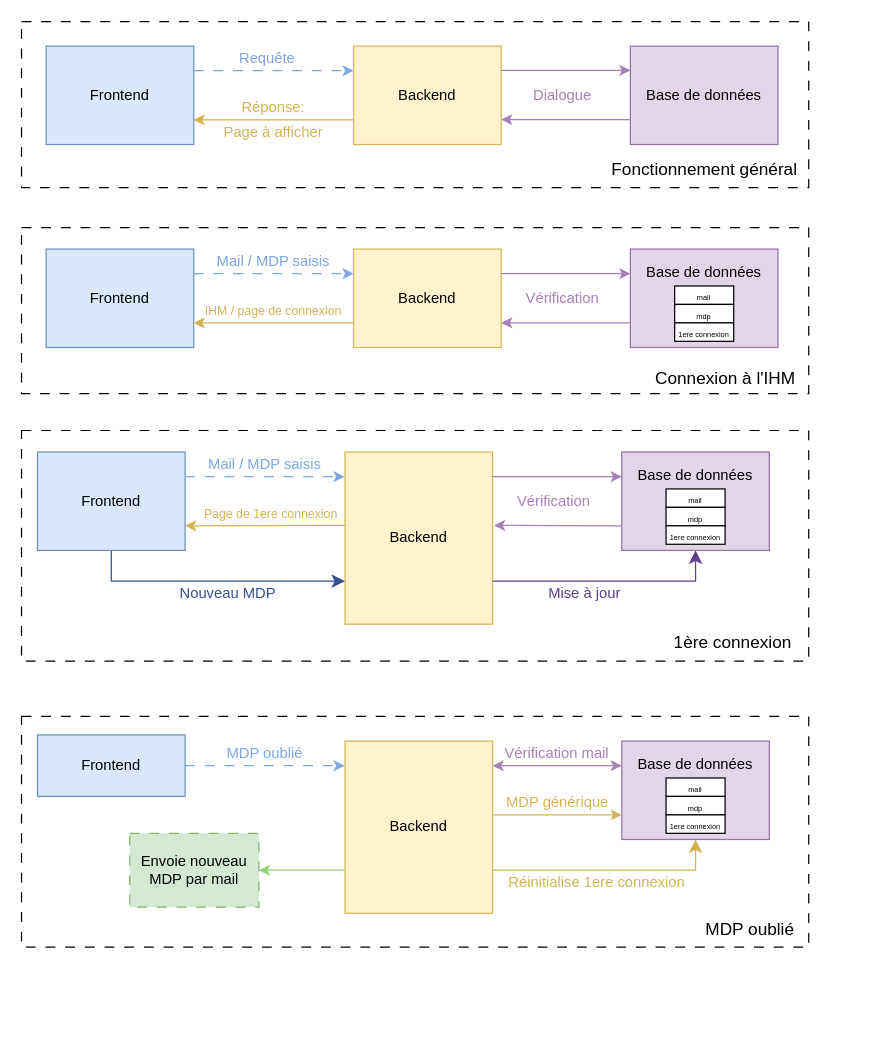
The draw.io diagram backend/schemas_backend.drawio in fetohiaras/projet-genilog-is, before the edit. Source tidied: cells renumbered, new cells numbered last; positions are measured from the earlier drawing's top-left corner, leaving out a move shared by most shapes. Both pictures are drawn from the tidied source at 123%, with x=0, y=0 at pixel (21, 21).
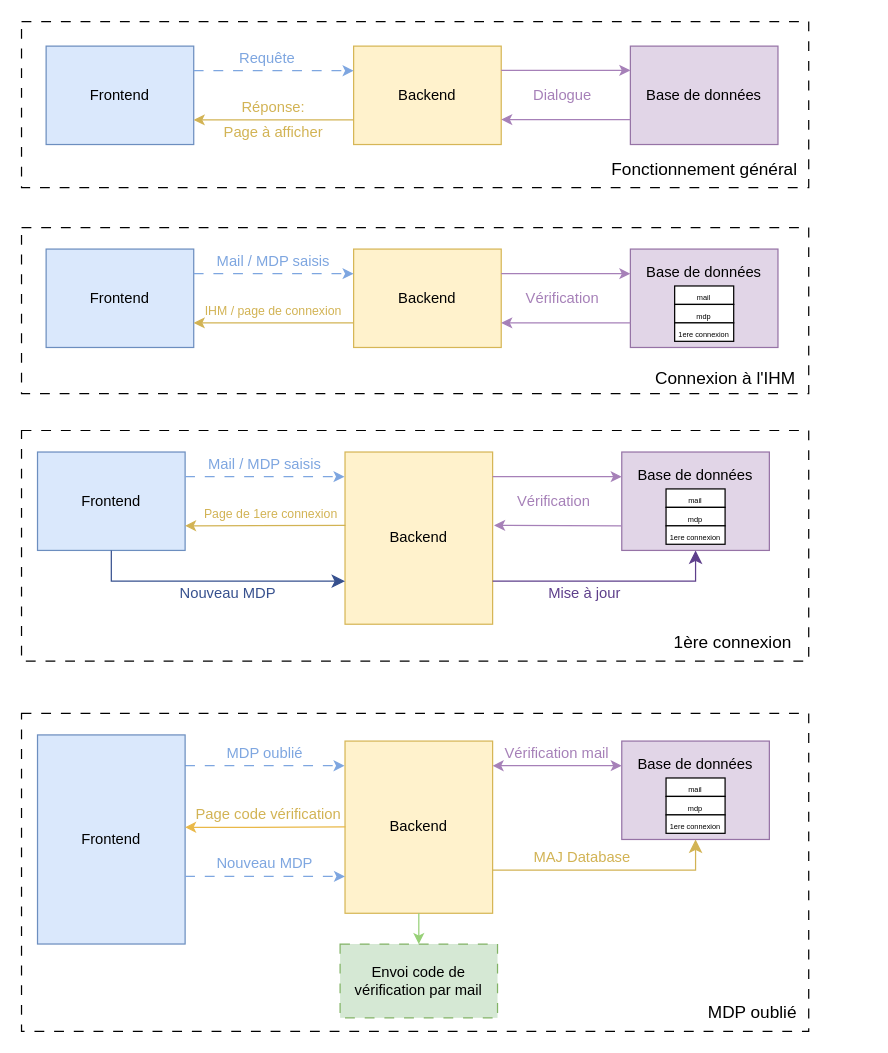
The same page after the edit.

Commit message (it also covers changes not shown here):
maj backend

The change refers to these unchanged cells:
```xml
<mxCell id="43" value="Backend" style="rounded=0;whiteSpace=wrap;html=1;fillColor=#fff2cc;strokeColor=#d6b656;" parent="1" vertex="1">
  <mxGeometry x="263" y="585" width="120" height="140" as="geometry" />
</mxCell>
<mxCell id="46" value="Base de données&lt;div&gt;&lt;br&gt;&lt;/div&gt;&lt;div&gt;&lt;br&gt;&lt;div&gt;&lt;br&gt;&lt;/div&gt;&lt;/div&gt;" style="rounded=0;whiteSpace=wrap;html=1;fillColor=#e1d5e7;strokeColor=#9673a6;" parent="1" vertex="1">
  <mxGeometry x="488" y="585" width="120" height="80" as="geometry" />
</mxCell>
```

The edit, as a diff of the source:
```diff
@@
-    <mxCell id="57" style="endArrow=classic;html=1;rounded=0;entryX=0;entryY=0.75;entryDx=0;entryDy=0;strokeColor=#D2B354;" parent="1" edge="1" target="46">
-      <mxGeometry relative="1" as="geometry">
-        <mxPoint x="383" y="645" as="sourcePoint" />
-      </mxGeometry>
-    </mxCell>
-    <mxCell id="58" value="MDP générique" style="text;html=1;align=center;verticalAlign=middle;whiteSpace=wrap;rounded=0;fontColor=#D2B354;" parent="1" vertex="1">
-      <mxGeometry x="385.5" y="620" width="100" height="30" as="geometry" />
-    </mxCell>
@@
-    <mxCell id="60" value="Réinitialise 1ere connexion" style="text;html=1;align=center;verticalAlign=middle;whiteSpace=wrap;rounded=0;fontColor=#D2B354;" parent="1" vertex="1">
-      <mxGeometry x="393" y="685" width="150" height="30" as="geometry" />
-    </mxCell>
     <mxCell id="61" value="Frontend" style="rounded=0;whiteSpace=wrap;html=1;fillColor=#dae8fc;strokeColor=#6c8ebf;" parent="1" vertex="1">
-      <mxGeometry x="13" y="580" width="120" height="50" as="geometry" />
+      <mxGeometry x="13" y="580" width="120" height="170" as="geometry" />
     </mxCell>
-    <mxCell id="62" style="endArrow=classic;html=1;rounded=0;exitX=0;exitY=0.75;exitDx=0;exitDy=0;strokeColor=#97D077;" parent="1" edge="1" source="43">
-      <mxGeometry relative="1" as="geometry">
-        <mxPoint x="193" y="690" as="targetPoint" />
-      </mxGeometry>
+    <mxCell id="62" style="endArrow=classic;html=1;rounded=0;exitX=0.5;exitY=1;exitDx=0;exitDy=0;strokeColor=#97D077;entryX=0.5;entryY=0;entryDx=0;entryDy=0;" parent="1" edge="1" source="43" target="63">
+      <mxGeometry relative="1" as="geometry" />
     </mxCell>
-    <mxCell id="63" value="Envoie nouveau MDP par mail" style="rounded=0;whiteSpace=wrap;html=1;fillColor=#d5e8d4;dashed=1;dashPattern=8 8;strokeColor=#82b366;" parent="1" vertex="1">
-      <mxGeometry x="88" y="660" width="105" height="60" as="geometry" />
+    <mxCell id="63" value="Envoi code de vérification par mail" style="rounded=0;whiteSpace=wrap;html=1;fillColor=#d5e8d4;dashed=1;dashPattern=8 8;strokeColor=#82b366;" parent="1" vertex="1">
+      <mxGeometry x="259" y="750" width="128" height="60" as="geometry" />
     </mxCell>
@@
     <mxCell id="71" style="rounded=0;whiteSpace=wrap;html=1;dashed=1;dashPattern=8 8;fillColor=none;" parent="1" vertex="1">
-      <mxGeometry y="565" width="640" height="187.5" as="geometry" />
+      <mxGeometry y="562.5" width="640" height="258.5" as="geometry" />
     </mxCell>
     <mxCell id="72" value="&lt;font style=&quot;font-size: 14px;&quot;&gt;MDP oublié&lt;/font&gt;" style="text;html=1;align=center;verticalAlign=middle;whiteSpace=wrap;rounded=0;" parent="1" vertex="1">
-      <mxGeometry x="500" y="722.5" width="185" height="30" as="geometry" />
+      <mxGeometry x="502" y="791" width="185" height="30" as="geometry" />
     </mxCell>
+    <mxCell id="73" style="endArrow=classic;html=1;rounded=0;entryX=1;entryY=0.5;entryDx=0;entryDy=0;exitX=0.003;exitY=0.569;exitDx=0;exitDy=0;exitPerimeter=0;strokeColor=#E9B848;" parent="1" edge="1">
+      <mxGeometry relative="1" as="geometry">
+        <mxPoint x="263.4" y="654.7" as="sourcePoint" />
+        <mxPoint x="133" y="655.1" as="targetPoint" />
+        <Array as="points">
+          <mxPoint x="185" y="655.1" />
+        </Array>
+      </mxGeometry>
+    </mxCell>
+    <mxCell id="74" value="Page code vérification" style="text;html=1;align=center;verticalAlign=middle;whiteSpace=wrap;rounded=0;fontColor=#D2B354;" parent="1" vertex="1">
+      <mxGeometry x="132" y="630" width="138" height="30" as="geometry" />
+    </mxCell>
+    <mxCell id="75" style="endArrow=classic;html=1;rounded=0;exitX=1;exitY=0.25;exitDx=0;exitDy=0;dashed=1;dashPattern=8 8;entryX=-0.003;entryY=0.143;entryDx=0;entryDy=0;entryPerimeter=0;strokeColor=#7EA6E0;" parent="1" edge="1">
+      <mxGeometry relative="1" as="geometry">
+        <mxPoint x="133" y="695" as="sourcePoint" />
+        <mxPoint x="263" y="695" as="targetPoint" />
+      </mxGeometry>
+    </mxCell>
+    <mxCell id="76" value="Nouveau MDP" style="text;html=1;align=center;verticalAlign=middle;whiteSpace=wrap;rounded=0;fontColor=#7EA6E0;" parent="1" vertex="1">
+      <mxGeometry x="149.2" y="670" width="97.5" height="30" as="geometry" />
+    </mxCell>
+    <mxCell id="77" value="MAJ Database" style="text;html=1;align=center;verticalAlign=middle;whiteSpace=wrap;rounded=0;fontColor=#D2B354;" parent="1" vertex="1">
+      <mxGeometry x="387" y="665" width="138" height="30" as="geometry" />
+    </mxCell>
```
